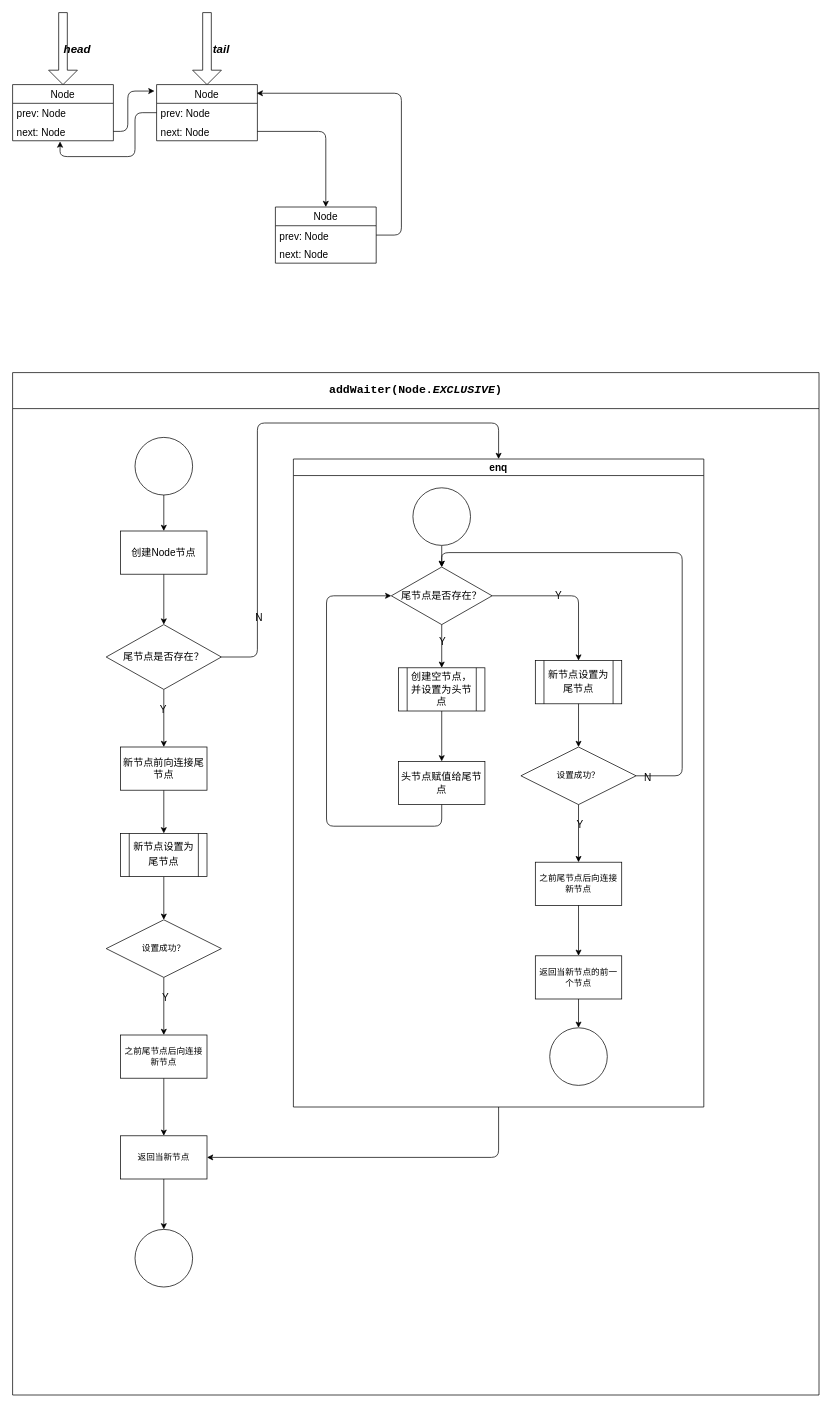
Before: page "addWaiter" (2 of 4) of src/drawio/aqs/aqs.drawio in NikolaZhang/NikolaZhang.github.io, a draw.io diagram. Source tidied: cells renumbered, new cells numbered last; positions are measured from the earlier drawing's top-left corner, leaving out a move shared by most shapes. Both pictures are drawn from the tidied source at 72%, with x=0, y=0 at pixel (12, 12).
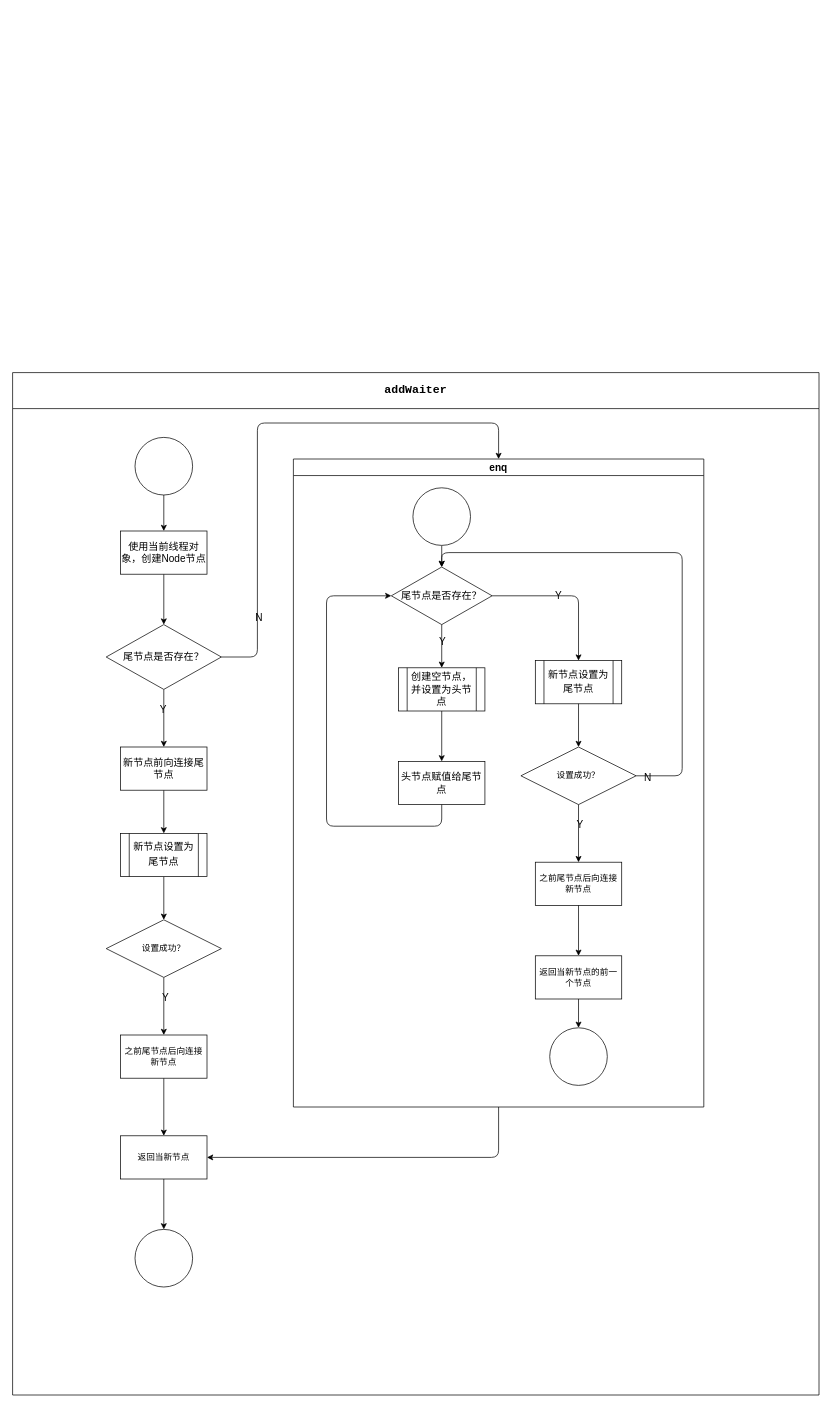
After the change.

Diff of the diagram source:
```diff
@@
-    <mxCell id="2" value="&lt;div style=&quot;&quot;&gt;&lt;pre style=&quot;font-family:'Fira Code Medium',monospace;font-size:12.0pt;&quot;&gt;addWaiter(Node.&lt;span style=&quot;font-style: italic;&quot;&gt;EXCLUSIVE&lt;/span&gt;)&lt;/pre&gt;&lt;/div&gt;" style="swimlane;whiteSpace=wrap;html=1;fontSize=14;startSize=50;labelBackgroundColor=none;fontColor=default;labelBorderColor=none;" parent="1" vertex="1">
+    <mxCell id="2" value="&lt;div style=&quot;&quot;&gt;&lt;pre style=&quot;font-family:'Fira Code Medium',monospace;font-size:12.0pt;&quot;&gt;addWaiter&lt;/pre&gt;&lt;/div&gt;" style="swimlane;whiteSpace=wrap;html=1;fontSize=14;startSize=50;labelBackgroundColor=none;fontColor=default;labelBorderColor=none;" parent="1" vertex="1">
       <mxGeometry y="500" width="1120" height="1420" as="geometry" />
     </mxCell>
@@
-    <mxCell id="4" value="创建Node节点" style="rounded=0;whiteSpace=wrap;html=1;fontSize=14;labelBackgroundColor=none;fontColor=default;labelBorderColor=none;" parent="2" vertex="1">
+    <mxCell id="4" value="使用当前线程对象，创建Node节点" style="rounded=0;whiteSpace=wrap;html=1;fontSize=14;labelBackgroundColor=none;fontColor=default;labelBorderColor=none;" parent="2" vertex="1">
       <mxGeometry x="150" y="220" width="120" height="60" as="geometry" />
     </mxCell>
@@
-    <mxCell id="49" value="Node" style="swimlane;fontStyle=0;horizontal=1;startSize=26;fillColor=none;fontSize=14;labelBackgroundColor=none;fontColor=default;labelBorderColor=none;" parent="1" vertex="1">
-      <mxGeometry x="200" y="100" width="140" height="78" as="geometry" />
-    </mxCell>
-    <mxCell id="50" value="prev: Node " style="text;strokeColor=none;fillColor=none;align=left;verticalAlign=top;spacingLeft=4;spacingRight=4;overflow=hidden;points=[[0,0.5],[1,0.5]];portConstraint=eastwest;fontSize=14;labelBackgroundColor=none;fontColor=default;labelBorderColor=none;" parent="49" vertex="1">
-      <mxGeometry y="26" width="140" height="26" as="geometry" />
-    </mxCell>
-    <mxCell id="51" value="next: Node" style="text;strokeColor=none;fillColor=none;align=left;verticalAlign=top;spacingLeft=4;spacingRight=4;overflow=hidden;points=[[0,0.5],[1,0.5]];portConstraint=eastwest;fontSize=14;labelBackgroundColor=none;fontColor=default;labelBorderColor=none;" parent="49" vertex="1">
-      <mxGeometry y="52" width="140" height="26" as="geometry" />
-    </mxCell>
-    <mxCell id="52" value="&lt;blockquote style=&quot;margin: 0 0 0 40px; border: none; padding: 0px;&quot;&gt;&lt;font style=&quot;font-size: 16px;&quot;&gt;&lt;b&gt;&lt;i&gt;tail&lt;/i&gt;&lt;/b&gt;&lt;/font&gt;&lt;/blockquote&gt;" style="shape=singleArrow;direction=south;whiteSpace=wrap;html=1;fontSize=14;labelBackgroundColor=none;fontColor=default;labelBorderColor=none;" parent="1" vertex="1">
-      <mxGeometry x="250" width="40" height="100" as="geometry" />
-    </mxCell>
-    <mxCell id="53" value="Node" style="swimlane;fontStyle=0;horizontal=1;startSize=26;fillColor=none;fontSize=14;labelBackgroundColor=none;fontColor=default;labelBorderColor=none;" parent="1" vertex="1">
-      <mxGeometry y="100" width="140" height="78" as="geometry" />
-    </mxCell>
-    <mxCell id="54" value="prev: Node " style="text;strokeColor=none;fillColor=none;align=left;verticalAlign=top;spacingLeft=4;spacingRight=4;overflow=hidden;fontSize=14;labelBackgroundColor=none;fontColor=default;labelBorderColor=none;" parent="53" vertex="1">
-      <mxGeometry y="26" width="140" height="26" as="geometry" />
-    </mxCell>
-    <mxCell id="55" value="next: Node" style="text;strokeColor=none;fillColor=none;align=left;verticalAlign=top;spacingLeft=4;spacingRight=4;overflow=hidden;points=[[0,0.5],[1,0.5]];portConstraint=eastwest;fontSize=14;labelBackgroundColor=none;fontColor=default;labelBorderColor=none;" parent="53" vertex="1">
-      <mxGeometry y="52" width="140" height="26" as="geometry" />
-    </mxCell>
-    <mxCell id="56" style="edgeStyle=orthogonalEdgeStyle;html=1;exitX=1;exitY=0.5;exitDx=0;exitDy=0;entryX=-0.021;entryY=0.115;entryDx=0;entryDy=0;entryPerimeter=0;fontSize=16;fontColor=default;labelBackgroundColor=none;labelBorderColor=none;" parent="1" edge="1" source="55" target="49">
-      <mxGeometry relative="1" as="geometry">
-        <Array as="points">
-          <mxPoint x="160" y="165" />
-          <mxPoint x="160" y="109" />
-        </Array>
-      </mxGeometry>
-    </mxCell>
-    <mxCell id="57" style="edgeStyle=orthogonalEdgeStyle;html=1;exitX=0;exitY=0.5;exitDx=0;exitDy=0;entryX=0.471;entryY=1.038;entryDx=0;entryDy=0;entryPerimeter=0;fontSize=16;fontColor=default;labelBackgroundColor=none;labelBorderColor=none;" parent="1" edge="1" source="50" target="55">
-      <mxGeometry relative="1" as="geometry">
-        <Array as="points">
-          <mxPoint x="170" y="139" />
-          <mxPoint x="170" y="200" />
-          <mxPoint x="66" y="200" />
-        </Array>
-      </mxGeometry>
-    </mxCell>
-    <mxCell id="58" value="Node" style="swimlane;fontStyle=0;horizontal=1;startSize=26;fillColor=none;fontSize=14;labelBackgroundColor=none;fontColor=default;labelBorderColor=none;" parent="1" vertex="1">
-      <mxGeometry x="365" y="270" width="140" height="78" as="geometry" />
-    </mxCell>
-    <mxCell id="59" value="prev: Node " style="text;strokeColor=none;fillColor=none;align=left;verticalAlign=top;spacingLeft=4;spacingRight=4;overflow=hidden;points=[[0,0.5],[1,0.5]];portConstraint=eastwest;fontSize=14;labelBackgroundColor=none;fontColor=default;labelBorderColor=none;" parent="58" vertex="1">
-      <mxGeometry y="26" width="140" height="26" as="geometry" />
-    </mxCell>
-    <mxCell id="60" value="next: Node" style="text;strokeColor=none;fillColor=none;align=left;verticalAlign=top;spacingLeft=4;spacingRight=4;overflow=hidden;fontSize=14;labelBackgroundColor=none;fontColor=default;labelBorderColor=none;" parent="58" vertex="1">
-      <mxGeometry y="52" width="140" height="26" as="geometry" />
-    </mxCell>
-    <mxCell id="61" style="edgeStyle=orthogonalEdgeStyle;html=1;exitX=1;exitY=0.5;exitDx=0;exitDy=0;entryX=0.993;entryY=0.154;entryDx=0;entryDy=0;entryPerimeter=0;fontSize=16;fontColor=default;labelBackgroundColor=none;labelBorderColor=none;" parent="1" edge="1" source="59" target="49">
-      <mxGeometry relative="1" as="geometry">
-        <Array as="points">
-          <mxPoint x="540" y="309" />
-          <mxPoint x="540" y="112" />
-        </Array>
-      </mxGeometry>
-    </mxCell>
-    <mxCell id="62" style="edgeStyle=orthogonalEdgeStyle;html=1;exitX=1;exitY=0.5;exitDx=0;exitDy=0;entryX=0.5;entryY=0;entryDx=0;entryDy=0;fontSize=16;fontColor=default;labelBackgroundColor=none;labelBorderColor=none;" parent="1" edge="1" source="51" target="58">
-      <mxGeometry relative="1" as="geometry" />
-    </mxCell>
-    <mxCell id="63" value="&lt;blockquote style=&quot;margin: 0 0 0 40px; border: none; padding: 0px;&quot;&gt;&lt;font style=&quot;font-size: 16px;&quot;&gt;&lt;b&gt;&lt;i&gt;head&lt;/i&gt;&lt;/b&gt;&lt;/font&gt;&lt;/blockquote&gt;" style="shape=singleArrow;direction=south;whiteSpace=wrap;html=1;fontSize=14;labelBackgroundColor=none;fontColor=default;labelBorderColor=none;" parent="1" vertex="1">
-      <mxGeometry x="50" width="40" height="100" as="geometry" />
-    </mxCell>
```
